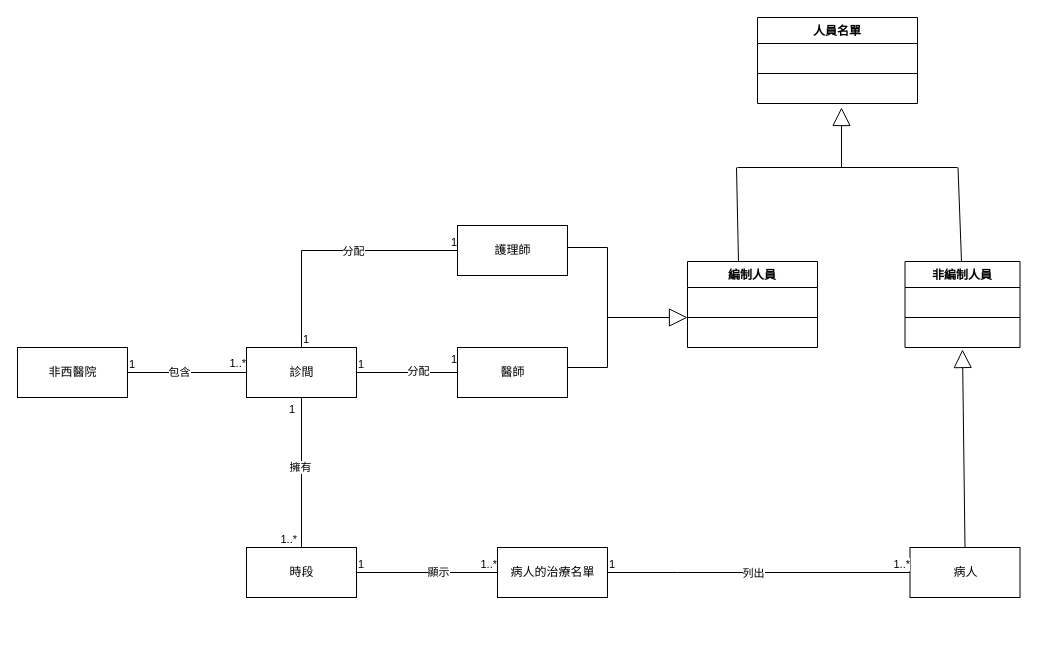
Above: Clinic.drawio in 35596035/110-2HW2 (draw.io), before the change. Source tidied: cells renumbered, new cells numbered last; positions are measured from the earlier drawing's top-left corner, leaving out a move shared by most shapes. Both pictures are drawn from the tidied source at 100%, with x=0, y=0 at pixel (17, 17).
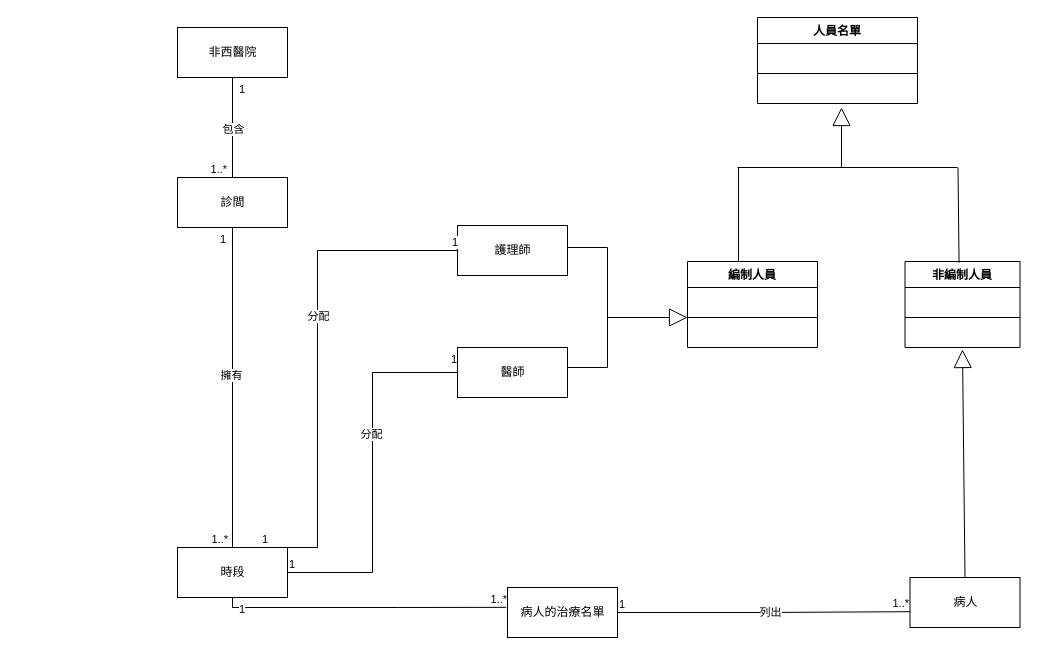
After the change.

Unchanged cells that the change refers to:
```xml
<mxCell id="10" value="非編制人員" style="swimlane;fontStyle=1;align=center;verticalAlign=top;horizontal=1;startSize=26;" parent="1" vertex="1">
  <mxGeometry x="887.5" y="244" width="115" height="86" as="geometry" />
</mxCell>
<mxCell id="16" value="醫師" style="html=1;" parent="1" vertex="1">
  <mxGeometry x="440" y="330" width="110" height="50" as="geometry" />
</mxCell>
<mxCell id="45" value="護理師" style="html=1;" parent="1" vertex="1">
  <mxGeometry x="440" y="208" width="110" height="50" as="geometry" />
</mxCell>
```

Change to the diagram source:
```diff
@@
     <mxCell id="14" value="非西醫院" style="html=1;" parent="1" vertex="1">
-      <mxGeometry y="330" width="110" height="50" as="geometry" />
+      <mxGeometry x="160" y="10" width="110" height="50" as="geometry" />
     </mxCell>
     <mxCell id="15" value="診間" style="html=1;" parent="1" vertex="1">
-      <mxGeometry x="229" y="330" width="110" height="50" as="geometry" />
+      <mxGeometry x="160" y="160" width="110" height="50" as="geometry" />
     </mxCell>
@@
-    <mxCell id="17" style="endArrow=none;html=1;edgeStyle=orthogonalEdgeStyle;rounded=0;entryX=0;entryY=0.5;entryDx=0;entryDy=0;exitX=1;exitY=0.5;exitDx=0;exitDy=0;" parent="1" edge="1" source="14" target="15">
-      <mxGeometry relative="1" as="geometry" />
-    </mxCell>
-    <mxCell id="18" value="1" style="edgeLabel;html=1;align=left;verticalAlign=bottom;" parent="17" vertex="1">
-      <mxGeometry x="-1" relative="1" as="geometry" />
-    </mxCell>
-    <mxCell id="19" value="1..*" style="edgeLabel;html=1;align=right;verticalAlign=bottom;" parent="17" vertex="1">
-      <mxGeometry x="1" relative="1" as="geometry">
-        <mxPoint y="-1" as="offset" />
-      </mxGeometry>
-    </mxCell>
-    <mxCell id="20" value="包含" style="edgeLabel;html=1;align=center;verticalAlign=middle;" parent="17" vertex="1">
-      <mxGeometry x="-0.15" y="1" relative="1" as="geometry" />
-    </mxCell>
-    <mxCell id="21" style="endArrow=none;html=1;edgeStyle=orthogonalEdgeStyle;rounded=0;exitX=1;exitY=0.5;exitDx=0;exitDy=0;entryX=0;entryY=0.5;entryDx=0;entryDy=0;" parent="1" edge="1" source="15" target="16">
+    <mxCell id="21" style="endArrow=none;html=1;edgeStyle=orthogonalEdgeStyle;rounded=0;entryX=0;entryY=0.5;entryDx=0;entryDy=0;exitX=1;exitY=0.5;exitDx=0;exitDy=0;" parent="1" edge="1" source="29" target="16">
       <mxGeometry relative="1" as="geometry" />
     </mxCell>
@@
     <mxCell id="29" value="時段" style="html=1;" parent="1" vertex="1">
-      <mxGeometry x="229" y="530" width="110" height="50" as="geometry" />
+      <mxGeometry x="160" y="530" width="110" height="50" as="geometry" />
     </mxCell>
     <mxCell id="30" value="病人的治療名單" style="html=1;" parent="1" vertex="1">
-      <mxGeometry x="480" y="530" width="110" height="50" as="geometry" />
+      <mxGeometry x="490" y="570" width="110" height="50" as="geometry" />
     </mxCell>
-    <mxCell id="31" style="endArrow=none;html=1;edgeStyle=orthogonalEdgeStyle;rounded=0;exitX=1;exitY=0.5;exitDx=0;exitDy=0;entryX=0;entryY=0.5;entryDx=0;entryDy=0;" parent="1" edge="1" source="29" target="30">
-      <mxGeometry relative="1" as="geometry" />
-    </mxCell>
-    <mxCell id="32" value="1" style="edgeLabel;html=1;align=left;verticalAlign=bottom;" parent="31" vertex="1">
-      <mxGeometry x="-1" relative="1" as="geometry" />
-    </mxCell>
-    <mxCell id="33" value="1..*" style="edgeLabel;html=1;align=right;verticalAlign=bottom;" parent="31" vertex="1">
-      <mxGeometry x="1" relative="1" as="geometry" />
-    </mxCell>
-    <mxCell id="34" value="顯示" style="edgeLabel;html=1;align=center;verticalAlign=middle;" parent="31" vertex="1">
-      <mxGeometry x="0.15" y="1" relative="1" as="geometry" />
-    </mxCell>
     <mxCell id="35" value="病人" style="html=1;" parent="1" vertex="1">
-      <mxGeometry x="892.5" y="530" width="110" height="50" as="geometry" />
+      <mxGeometry x="892.5" y="560" width="110" height="50" as="geometry" />
     </mxCell>
-    <mxCell id="36" style="endArrow=none;html=1;edgeStyle=orthogonalEdgeStyle;rounded=0;exitX=1;exitY=0.5;exitDx=0;exitDy=0;entryX=0;entryY=0.5;entryDx=0;entryDy=0;" parent="1" edge="1" source="30" target="35">
-      <mxGeometry relative="1" as="geometry">
-        <Array as="points">
-          <mxPoint x="660" y="555" />
-          <mxPoint x="660" y="555" />
-        </Array>
-      </mxGeometry>
-    </mxCell>
-    <mxCell id="37" value="1" style="edgeLabel;html=1;align=left;verticalAlign=bottom;" parent="36" vertex="1">
-      <mxGeometry x="-1" relative="1" as="geometry" />
-    </mxCell>
-    <mxCell id="38" value="1..*" style="edgeLabel;html=1;align=right;verticalAlign=bottom;" parent="36" vertex="1">
-      <mxGeometry x="1" relative="1" as="geometry" />
-    </mxCell>
-    <mxCell id="39" value="列出" style="edgeLabel;html=1;align=center;verticalAlign=middle;" parent="36" vertex="1">
-      <mxGeometry x="-0.04" relative="1" as="geometry" />
-    </mxCell>
@@
     <mxCell id="41" style="endArrow=none;html=1;rounded=0;exitX=0.385;exitY=0.07;exitDx=0;exitDy=0;exitPerimeter=0;" parent="1" edge="1">
       <mxGeometry relative="1" as="geometry">
         <mxPoint x="721" y="244" as="sourcePoint" />
-        <mxPoint x="719" y="150" as="targetPoint" />
+        <mxPoint x="721" y="150" as="targetPoint" />
       </mxGeometry>
     </mxCell>
-    <mxCell id="42" style="endArrow=none;html=1;rounded=0;exitX=0.5;exitY=0;exitDx=0;exitDy=0;" parent="1" edge="1">
+    <mxCell id="42" style="endArrow=none;html=1;rounded=0;exitX=0.47;exitY=0.015;exitDx=0;exitDy=0;exitPerimeter=0;" parent="1" edge="1" source="10">
       <mxGeometry relative="1" as="geometry">
-        <mxPoint x="944" y="244" as="sourcePoint" />
         <mxPoint x="940.5" y="150" as="targetPoint" />
       </mxGeometry>
     </mxCell>
@@
-    <mxCell id="46" style="endArrow=none;html=1;edgeStyle=orthogonalEdgeStyle;rounded=0;exitX=0.5;exitY=0;exitDx=0;exitDy=0;entryX=0;entryY=0.5;entryDx=0;entryDy=0;" parent="1" edge="1" source="15" target="45">
-      <mxGeometry relative="1" as="geometry" />
+    <mxCell id="46" style="endArrow=none;html=1;edgeStyle=orthogonalEdgeStyle;rounded=0;entryX=0;entryY=0.5;entryDx=0;entryDy=0;exitX=0.75;exitY=0;exitDx=0;exitDy=0;" parent="1" edge="1" source="29" target="45">
+      <mxGeometry relative="1" as="geometry">
+        <Array as="points">
+          <mxPoint x="300" y="530" />
+          <mxPoint x="300" y="233" />
+        </Array>
+      </mxGeometry>
     </mxCell>
@@
+    <mxCell id="36" style="endArrow=none;html=1;edgeStyle=orthogonalEdgeStyle;rounded=0;exitX=1;exitY=0.5;exitDx=0;exitDy=0;entryX=0.001;entryY=0.684;entryDx=0;entryDy=0;entryPerimeter=0;" parent="1" edge="1" source="30" target="35">
+      <mxGeometry relative="1" as="geometry" />
+    </mxCell>
+    <mxCell id="54" value="1" style="edgeLabel;html=1;align=left;verticalAlign=bottom;" parent="36" vertex="1">
+      <mxGeometry x="-1" relative="1" as="geometry" />
+    </mxCell>
+    <mxCell id="55" value="1..*" style="edgeLabel;html=1;align=right;verticalAlign=bottom;" parent="36" vertex="1">
+      <mxGeometry x="1" relative="1" as="geometry" />
+    </mxCell>
+    <mxCell id="39" value="列出" style="edgeLabel;html=1;align=center;verticalAlign=middle;" parent="36" vertex="1">
+      <mxGeometry x="0.04" relative="1" as="geometry" />
+    </mxCell>
+    <mxCell id="31" style="endArrow=none;html=1;edgeStyle=orthogonalEdgeStyle;rounded=0;exitX=0.5;exitY=1;exitDx=0;exitDy=0;entryX=-0.012;entryY=0.397;entryDx=0;entryDy=0;entryPerimeter=0;" parent="1" edge="1" source="29" target="30">
+      <mxGeometry relative="1" as="geometry" />
+    </mxCell>
+    <mxCell id="56" value="1" style="edgeLabel;html=1;align=left;verticalAlign=bottom;" parent="31" vertex="1">
+      <mxGeometry x="-1" relative="1" as="geometry">
+        <mxPoint x="5" y="20" as="offset" />
+      </mxGeometry>
+    </mxCell>
+    <mxCell id="57" value="1..*" style="edgeLabel;html=1;align=right;verticalAlign=bottom;" parent="31" vertex="1">
+      <mxGeometry x="1" relative="1" as="geometry">
+        <mxPoint x="1" as="offset" />
+      </mxGeometry>
+    </mxCell>
+    <mxCell id="17" style="endArrow=none;html=1;edgeStyle=orthogonalEdgeStyle;rounded=0;exitX=0.5;exitY=1;exitDx=0;exitDy=0;entryX=0.5;entryY=0;entryDx=0;entryDy=0;" parent="1" edge="1" source="14" target="15">
+      <mxGeometry relative="1" as="geometry" />
+    </mxCell>
+    <mxCell id="58" value="1" style="edgeLabel;html=1;align=left;verticalAlign=bottom;" parent="17" vertex="1">
+      <mxGeometry x="-1" relative="1" as="geometry">
+        <mxPoint x="5" y="20" as="offset" />
+      </mxGeometry>
+    </mxCell>
+    <mxCell id="59" value="1..*" style="edgeLabel;html=1;align=right;verticalAlign=bottom;" parent="17" vertex="1">
+      <mxGeometry x="1" relative="1" as="geometry">
+        <mxPoint x="-5" as="offset" />
+      </mxGeometry>
+    </mxCell>
+    <mxCell id="20" value="包含" style="edgeLabel;html=1;align=center;verticalAlign=middle;" parent="17" vertex="1">
+      <mxGeometry x="-0.23" relative="1" as="geometry">
+        <mxPoint y="12" as="offset" />
+      </mxGeometry>
+    </mxCell>
```
